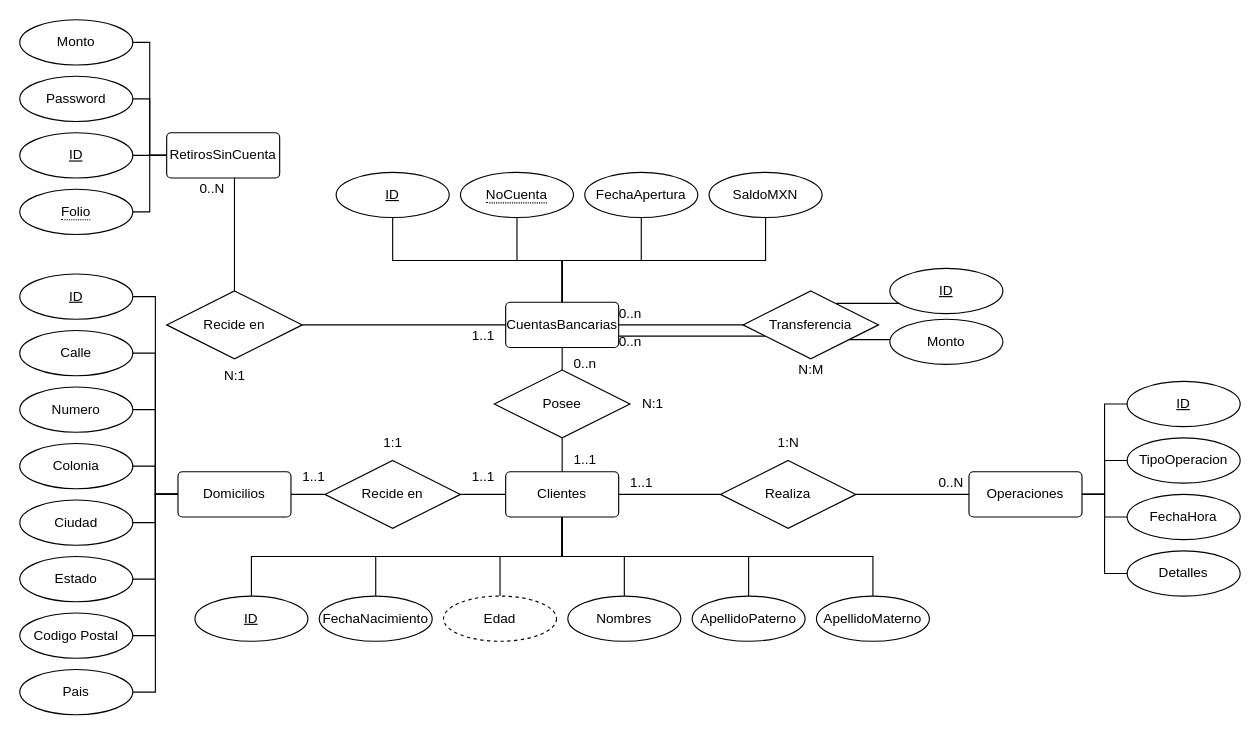
Above: modelado/Propuesta1/ModeloER.drawio in SilverFlin/banco-ADB (draw.io), before the change. Source tidied: cells renumbered, new cells numbered last; positions are measured from the earlier drawing's top-left corner, leaving out a move shared by most shapes. Both pictures are drawn from the tidied source at 113%, with x=0, y=0 at pixel (19, 19).
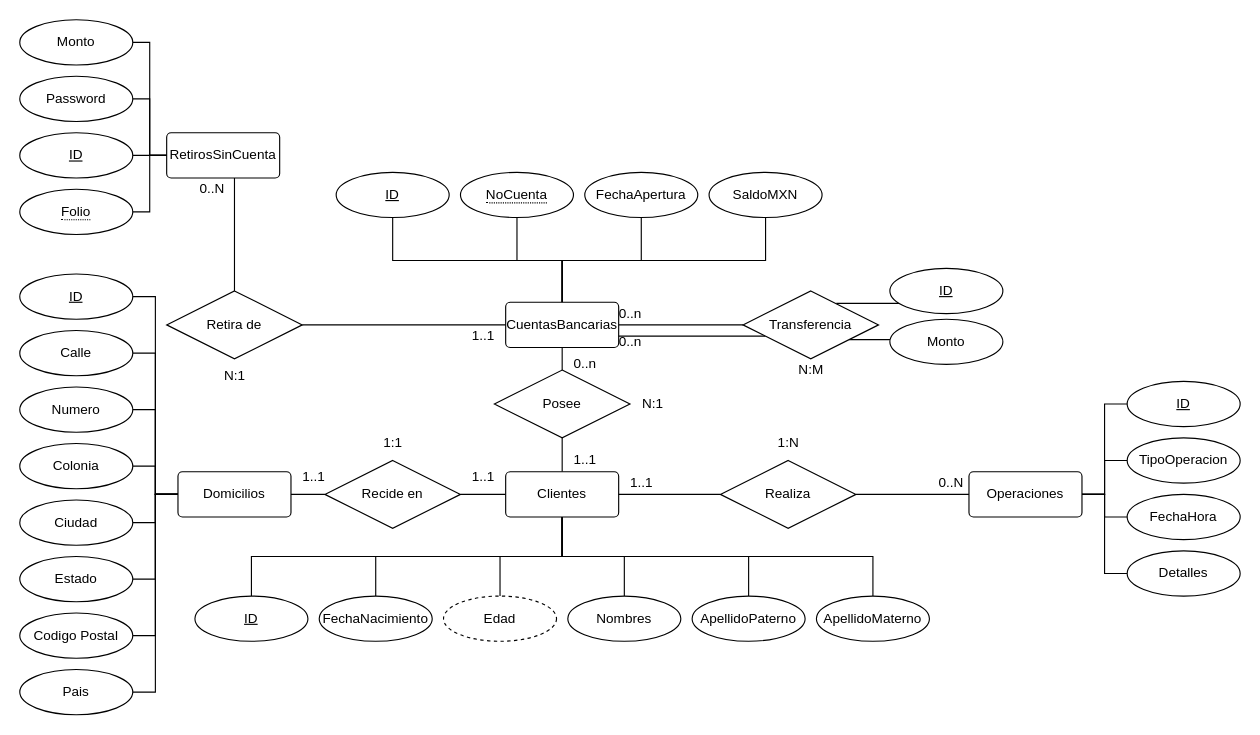
The same diagram, later.

Commit message:
fix: typo en modelo er

What changed in the source:
```diff
@@
-    <mxCell id="83" value="Recide en" style="shape=rhombus;perimeter=rhombusPerimeter;whiteSpace=wrap;html=1;align=center;endArrow=none;endFill=0;" parent="1" vertex="1">
+    <mxCell id="83" value="Retira de" style="shape=rhombus;perimeter=rhombusPerimeter;whiteSpace=wrap;html=1;align=center;endArrow=none;endFill=0;" parent="1" vertex="1">
       <mxGeometry x="130" y="240" width="120" height="60" as="geometry" />
     </mxCell>
```
